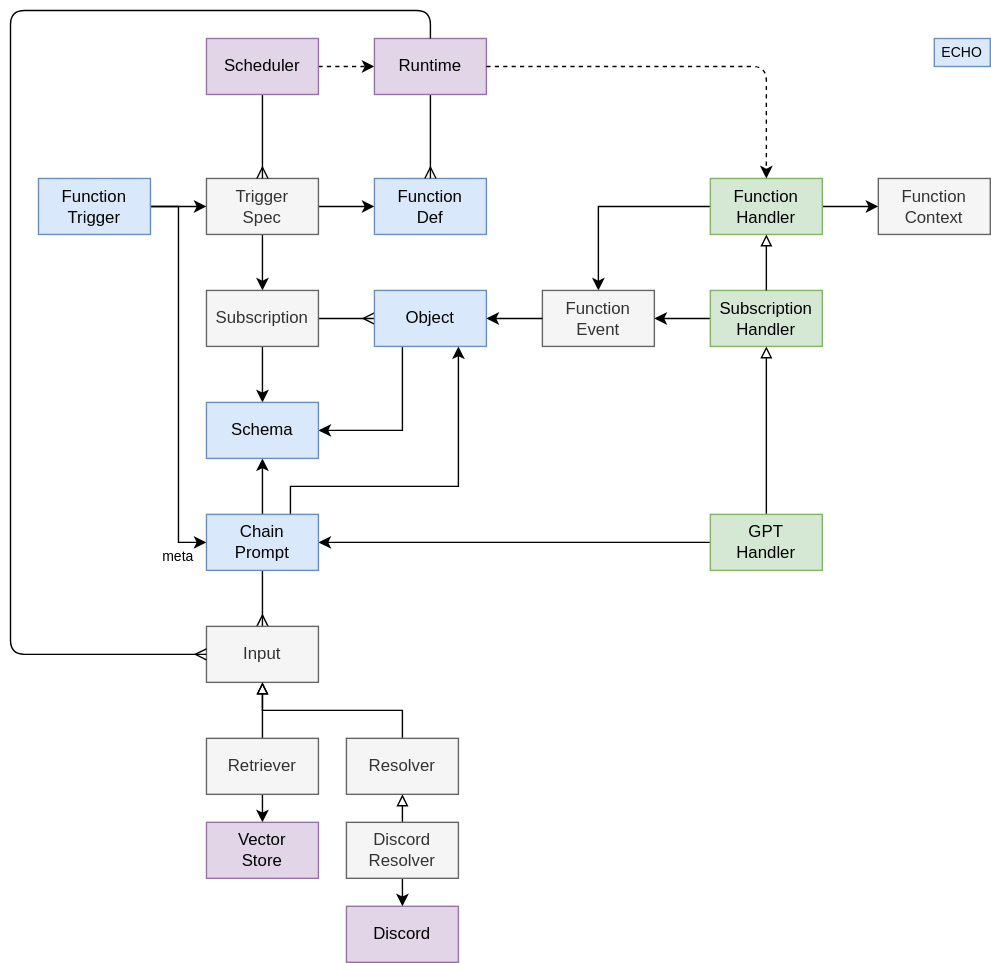
Earlier version of the draw.io export packages/core/functions/docs/functions.drawio.svg (dxos/dxos). Source tidied: cells renumbered, new cells last; positions are measured from the earlier drawing's top-left corner, leaving out a move shared by most shapes.
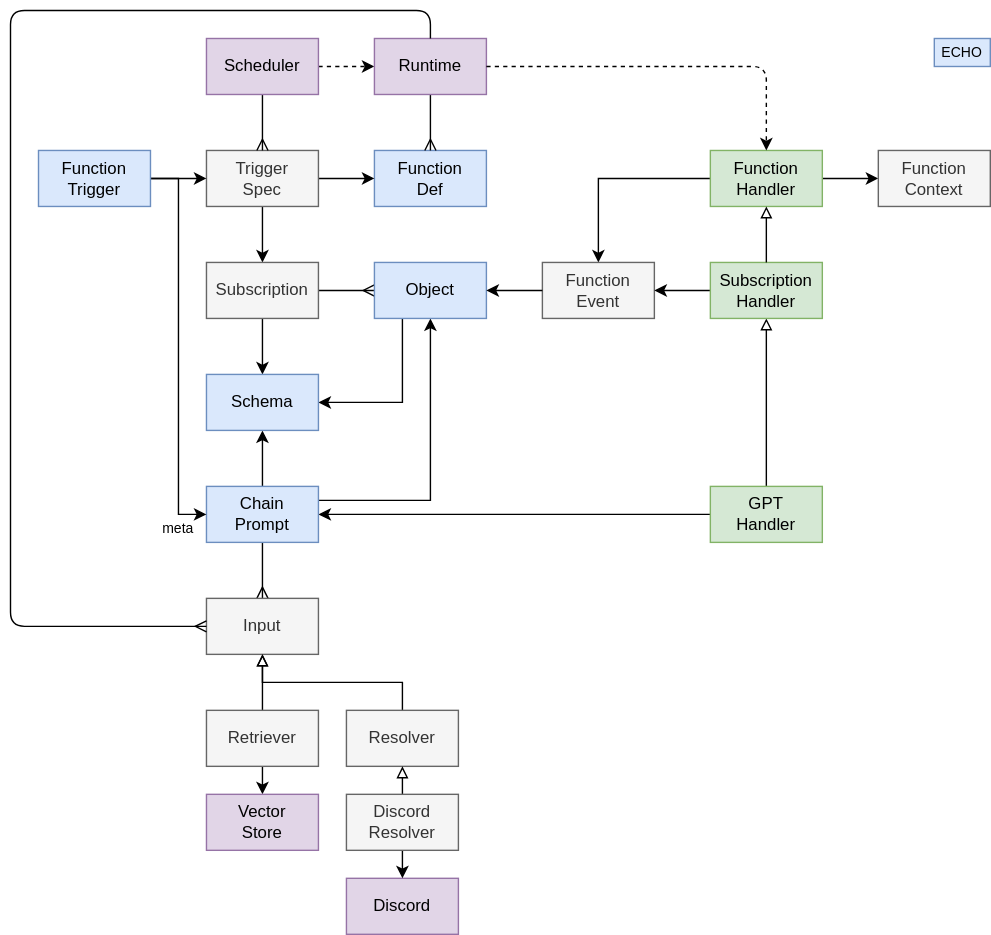
Above is the later version.

The edit, as a diff of the source:
```diff
@@ -45,11 +45,10 @@
     <mxCell id="14" style="edgeStyle=none;rounded=0;html=1;exitX=0.5;exitY=0;exitDx=0;exitDy=0;fontSize=10;endArrow=classic;endFill=1;" parent="1" edge="1" source="17" target="27">
       <mxGeometry relative="1" as="geometry" />
     </mxCell>
-    <mxCell id="15" style="edgeStyle=none;rounded=0;html=1;exitX=0.75;exitY=0;exitDx=0;exitDy=0;fontSize=10;endArrow=classic;endFill=1;entryX=0.75;entryY=1;entryDx=0;entryDy=0;" parent="1" edge="1" source="17" target="26">
+    <mxCell id="15" style="edgeStyle=none;rounded=0;html=1;exitX=1;exitY=0.25;exitDx=0;exitDy=0;fontSize=10;endArrow=classic;endFill=1;entryX=0.5;entryY=1;entryDx=0;entryDy=0;" parent="1" edge="1" source="17" target="26">
       <mxGeometry relative="1" as="geometry">
         <Array as="points">
-          <mxPoint x="200" y="340" />
-          <mxPoint x="320" y="340" />
+          <mxPoint x="300" y="370" />
         </Array>
       </mxGeometry>
     </mxCell>
@@ -60,7 +59,7 @@
       <mxGeometry x="140" y="360" width="80" height="40" as="geometry" />
     </mxCell>
     <mxCell id="18" value="ECHO" style="rounded=0;whiteSpace=wrap;html=1;fillColor=#dae8fc;strokeColor=#6c8ebf;fontSize=10;" parent="1" vertex="1">
-      <mxGeometry x="660" y="20" width="40" height="20" as="geometry" />
+      <mxGeometry x="660" y="40" width="40" height="20" as="geometry" />
     </mxCell>
     <mxCell id="19" style="edgeStyle=none;html=1;exitX=1;exitY=0.5;exitDx=0;exitDy=0;fontSize=10;endArrow=classic;endFill=1;" parent="1" edge="1" source="21" target="5">
       <mxGeometry relative="1" as="geometry" />
@@ -117,18 +116,18 @@
       <mxGeometry relative="1" as="geometry" />
     </mxCell>
     <mxCell id="34" value="Scheduler" style="rounded=0;whiteSpace=wrap;html=1;fillColor=#e1d5e7;strokeColor=#9673a6;" parent="1" vertex="1">
-      <mxGeometry x="140" y="20" width="80" height="40" as="geometry" />
+      <mxGeometry x="140" y="40" width="80" height="40" as="geometry" />
     </mxCell>
     <mxCell id="35" style="edgeStyle=none;html=1;exitX=0.5;exitY=1;exitDx=0;exitDy=0;endArrow=ERmany;endFill=0;" parent="1" edge="1" source="36" target="2">
       <mxGeometry relative="1" as="geometry" />
     </mxCell>
     <mxCell id="36" value="Runtime" style="rounded=0;whiteSpace=wrap;html=1;fillColor=#e1d5e7;strokeColor=#9673a6;" parent="1" vertex="1">
-      <mxGeometry x="260" y="20" width="80" height="40" as="geometry" />
+      <mxGeometry x="260" y="40" width="80" height="40" as="geometry" />
     </mxCell>
     <mxCell id="37" style="edgeStyle=none;html=1;exitX=1;exitY=0.5;exitDx=0;exitDy=0;dashed=1;entryX=0.5;entryY=0;entryDx=0;entryDy=0;" parent="1" edge="1" source="36" target="8">
       <mxGeometry relative="1" as="geometry">
         <Array as="points">
-          <mxPoint x="540" y="40" />
+          <mxPoint x="540" y="60" />
         </Array>
       </mxGeometry>
     </mxCell>
@@ -141,8 +140,8 @@
     <mxCell id="40" style="edgeStyle=none;html=1;endArrow=ERmany;endFill=0;entryX=0;entryY=0.5;entryDx=0;entryDy=0;" parent="1" edge="1" source="36" target="38">
       <mxGeometry relative="1" as="geometry">
         <Array as="points">
-          <mxPoint x="300" />
-          <mxPoint />
+          <mxPoint x="300" y="20" />
+          <mxPoint y="20" />
           <mxPoint y="460" />
         </Array>
       </mxGeometry>
```
